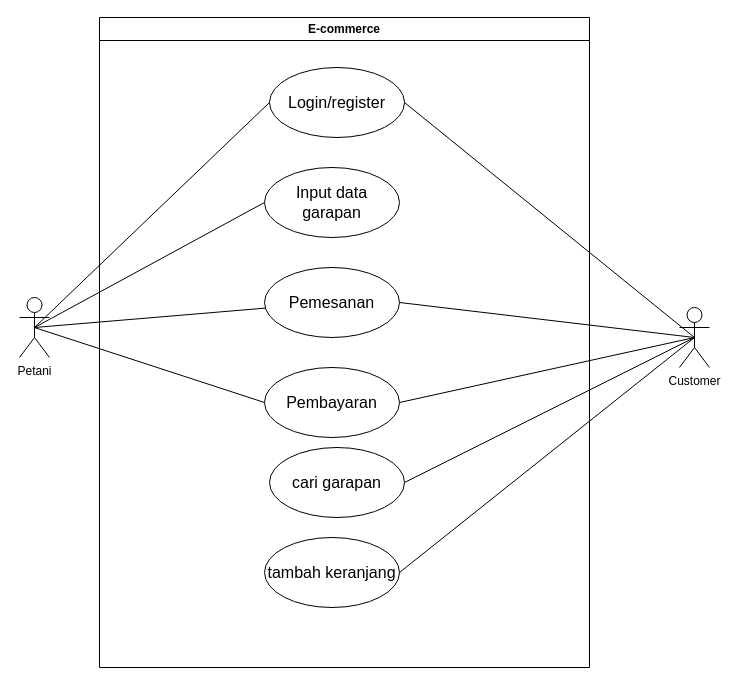
zzarr/Project3-design-diagram keeps this draw.io diagram as usecase.drawio. Above is the earlier version. Source tidied: cells renumbered, new cells numbered last; positions are measured from the earlier drawing's top-left corner, leaving out a move shared by most shapes. Both pictures are drawn from the tidied source at 100%, with x=0, y=0 at pixel (19, 17).
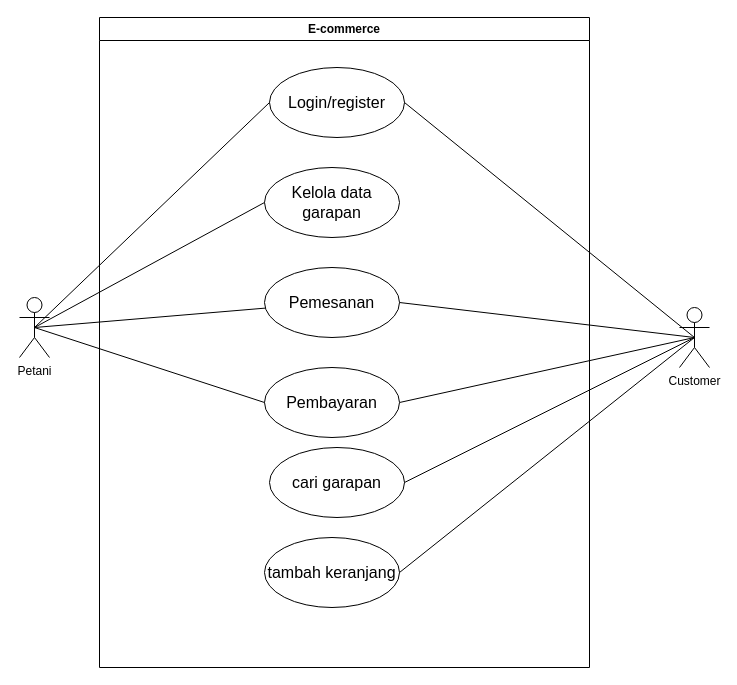
Above is the later version.

The edit, as a diff of the source:
```diff
@@
 <mxGraphModel>
   <root>
     <mxCell id="0" />
     <mxCell id="1" parent="0" />
     <mxCell id="2" value="Petani" style="shape=umlActor;verticalLabelPosition=bottom;verticalAlign=top;html=1;outlineConnect=0;fontStyle=0;" parent="1" vertex="1">
       <mxGeometry y="280" width="30" height="60" as="geometry" />
     </mxCell>
     <mxCell id="3" value="Customer" style="shape=umlActor;verticalLabelPosition=bottom;verticalAlign=top;html=1;outlineConnect=0;fontStyle=0;" parent="1" vertex="1">
       <mxGeometry x="660" y="290" width="30" height="60" as="geometry" />
     </mxCell>
-    <mxCell id="4" value="&lt;font style=&quot;font-size: 16px;&quot;&gt;Input data garapan&lt;/font&gt;" style="ellipse;whiteSpace=wrap;html=1;" parent="1" vertex="1">
+    <mxCell id="4" value="&lt;font style=&quot;font-size: 16px;&quot;&gt;Kelola data garapan&lt;/font&gt;" style="ellipse;whiteSpace=wrap;html=1;" parent="1" vertex="1">
       <mxGeometry x="245" y="150" width="135" height="70" as="geometry" />
     </mxCell>
     <mxCell id="5" value="&lt;span style=&quot;font-size: 16px;&quot;&gt;Pemesanan&lt;/span&gt;" style="ellipse;whiteSpace=wrap;html=1;" parent="1" vertex="1">
       <mxGeometry x="245" y="250" width="135" height="70" as="geometry" />
     </mxCell>
     <mxCell id="6" style="rounded=0;jettySize=auto;html=1;exitX=1;exitY=0.5;exitDx=0;exitDy=0;entryX=0.5;entryY=0.5;entryDx=0;entryDy=0;entryPerimeter=0;endArrow=none;endFill=0;" parent="1" edge="1" source="7" target="3">
       <mxGeometry relative="1" as="geometry" />
     </mxCell>
     <mxCell id="7" value="&lt;span style=&quot;font-size: 16px;&quot;&gt;Pembayaran&lt;/span&gt;" style="ellipse;whiteSpace=wrap;html=1;" parent="1" vertex="1">
       <mxGeometry x="245" y="350" width="135" height="70" as="geometry" />
     </mxCell>
     <mxCell id="8" value="&lt;span style=&quot;font-size: 16px;&quot;&gt;cari garapan&lt;/span&gt;" style="ellipse;whiteSpace=wrap;html=1;" parent="1" vertex="1">
       <mxGeometry x="250" y="430" width="135" height="70" as="geometry" />
     </mxCell>
     <mxCell id="9" value="&lt;span style=&quot;font-size: 16px;&quot;&gt;tambah keranjang&lt;/span&gt;" style="ellipse;whiteSpace=wrap;html=1;" parent="1" vertex="1">
       <mxGeometry x="245" y="520" width="135" height="70" as="geometry" />
     </mxCell>
     <mxCell id="10" style="rounded=0;jettySize=auto;html=1;endArrow=none;endFill=0;entryX=0.5;entryY=0.5;entryDx=0;entryDy=0;entryPerimeter=0;" parent="1" edge="1" source="5" target="2">
       <mxGeometry relative="1" as="geometry" />
     </mxCell>
     <mxCell id="11" style="rounded=0;jettySize=auto;html=1;exitX=0;exitY=0.5;exitDx=0;exitDy=0;endArrow=none;endFill=0;entryX=0.5;entryY=0.5;entryDx=0;entryDy=0;entryPerimeter=0;" parent="1" edge="1" source="7" target="2">
       <mxGeometry relative="1" as="geometry" />
     </mxCell>
     <mxCell id="12" style="rounded=0;jettySize=auto;html=1;exitX=1;exitY=0.5;exitDx=0;exitDy=0;entryX=0.5;entryY=0.5;entryDx=0;entryDy=0;entryPerimeter=0;endArrow=none;endFill=0;" parent="1" edge="1" source="5" target="3">
       <mxGeometry relative="1" as="geometry" />
     </mxCell>
     <mxCell id="13" style="rounded=0;jettySize=auto;html=1;exitX=1;exitY=0.5;exitDx=0;exitDy=0;entryX=0.5;entryY=0.5;entryDx=0;entryDy=0;entryPerimeter=0;endArrow=none;endFill=0;" parent="1" edge="1" source="8" target="3">
       <mxGeometry relative="1" as="geometry" />
     </mxCell>
     <mxCell id="14" style="rounded=0;jettySize=auto;html=1;exitX=1;exitY=0.5;exitDx=0;exitDy=0;entryX=0.5;entryY=0.5;entryDx=0;entryDy=0;entryPerimeter=0;endArrow=none;endFill=0;" parent="1" edge="1" source="9" target="3">
       <mxGeometry relative="1" as="geometry" />
     </mxCell>
     <mxCell id="15" value="&lt;span style=&quot;font-size: 16px;&quot;&gt;Login/register&lt;/span&gt;" style="ellipse;whiteSpace=wrap;html=1;" parent="1" vertex="1">
       <mxGeometry x="250" y="50" width="135" height="70" as="geometry" />
     </mxCell>
     <mxCell id="16" style="rounded=0;jettySize=auto;html=1;exitX=1;exitY=0.5;exitDx=0;exitDy=0;entryX=0.5;entryY=0.5;entryDx=0;entryDy=0;entryPerimeter=0;endArrow=none;endFill=0;" parent="1" edge="1" source="15" target="3">
       <mxGeometry relative="1" as="geometry" />
     </mxCell>
     <mxCell id="17" style="rounded=0;jettySize=auto;html=1;exitX=0;exitY=0.5;exitDx=0;exitDy=0;entryX=0.5;entryY=0.5;entryDx=0;entryDy=0;entryPerimeter=0;endArrow=none;endFill=0;" parent="1" edge="1" source="4" target="2">
       <mxGeometry relative="1" as="geometry" />
     </mxCell>
     <mxCell id="18" style="rounded=0;jettySize=auto;html=1;exitX=0;exitY=0.5;exitDx=0;exitDy=0;entryX=0.5;entryY=0.5;entryDx=0;entryDy=0;entryPerimeter=0;endArrow=none;endFill=0;" parent="1" edge="1" source="15" target="2">
       <mxGeometry relative="1" as="geometry" />
     </mxCell>
     <mxCell id="19" value="E-commerce" style="swimlane;whiteSpace=wrap;html=1;" parent="1" vertex="1">
       <mxGeometry x="80" width="490" height="650" as="geometry" />
     </mxCell>
   </root>
 </mxGraphModel>
```
